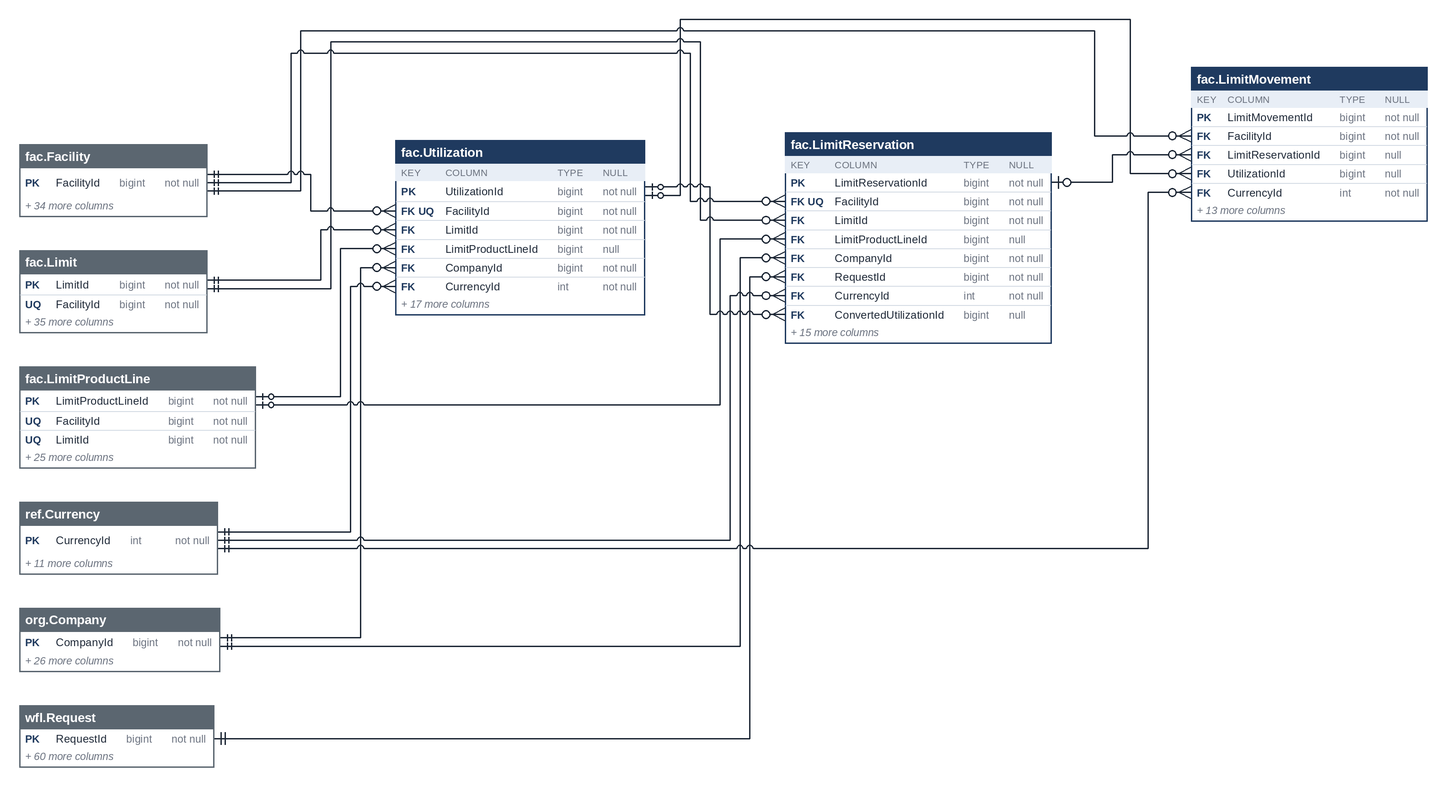
The Mermaid diagram treasury-platform/docs/diagrams/erd-en/m5_limits_2.png in thawrasy/smartlines, before a commit. Its source is kept beside it as treasury-platform/docs/diagrams/erd/m5_limits_2.mmd.
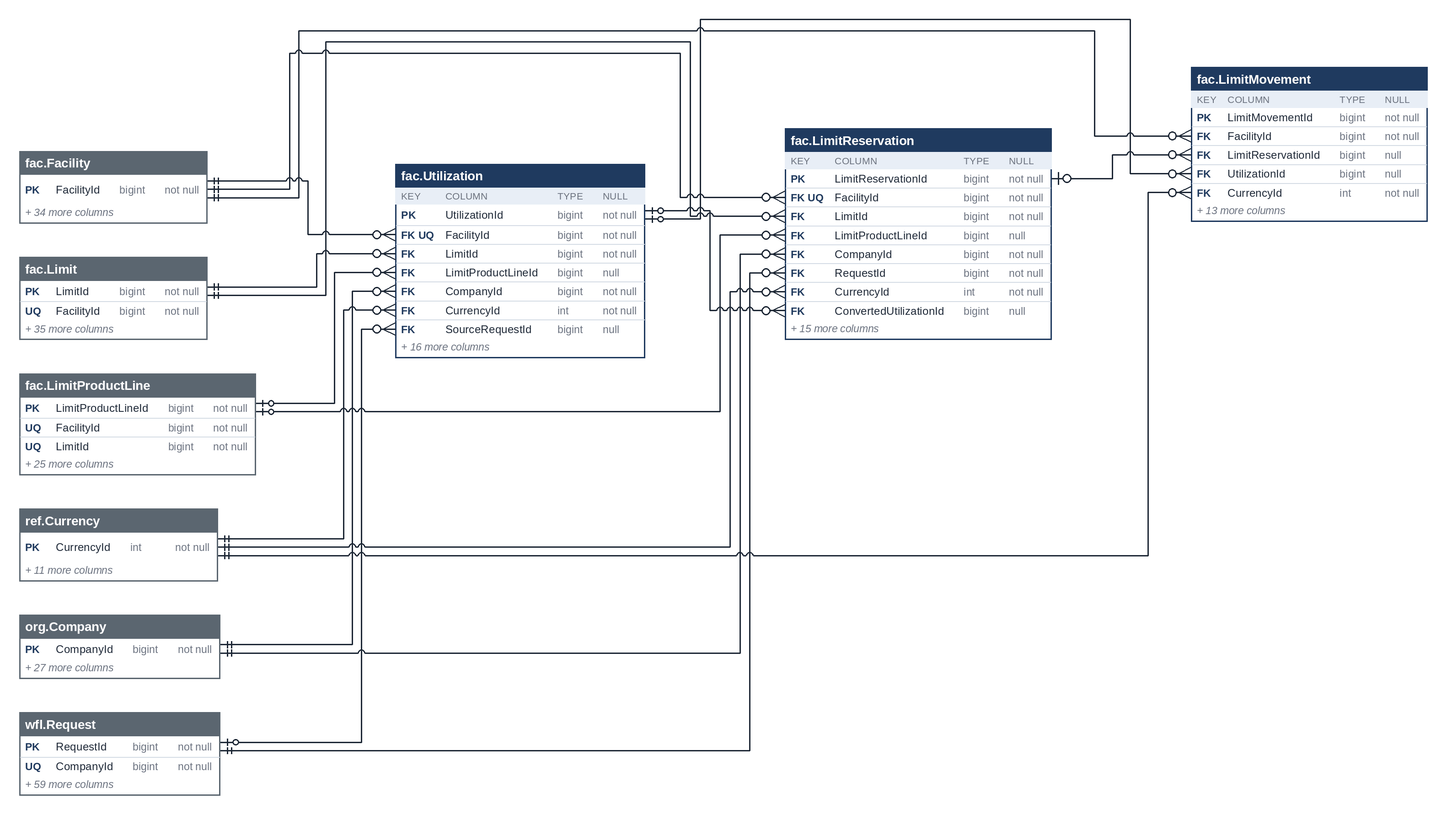
The same diagram one commit later.

Change to the diagram source:
```diff
@@ -6,6 +6,7 @@
     bigint LimitProductLineId FK
     bigint CompanyId FK
     int CurrencyId FK
+    bigint SourceRequestId FK
   }
   fac_LimitReservation["fac.LimitReservation"] {
     bigint LimitReservationId PK
```
